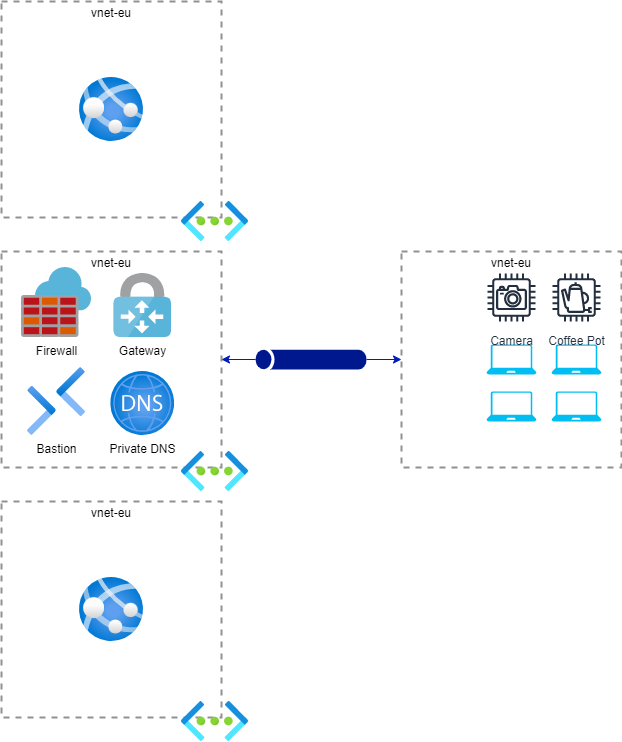
Earlier version of the draw.io export hub-spoke.drawio.png (Lybecker/azure-secure-networking-for-devs). Source tidied: cells renumbered, new cells last; positions are measured from the earlier drawing's top-left corner, leaving out a move shared by most shapes. Source of this version:
```xml
<mxGraphModel background="#FFFFFF">
  <root>
    <mxCell id="0" />
    <mxCell id="1" parent="0" />
    <mxCell id="2" value="vnet-eu" style="fontStyle=0;verticalAlign=top;align=center;spacingTop=-2;fillColor=none;rounded=0;whiteSpace=wrap;html=1;strokeColor=#919191;strokeWidth=2;dashed=1;" parent="1" vertex="1">
      <mxGeometry y="250" width="220" height="216" as="geometry" />
    </mxCell>
    <mxCell id="3" value="Bastion" style="html=1;align=center;image;fontSize=12;image=img/lib/azure2/networking/Bastions.svg;labelBackgroundColor=none;fontColor=#000000;" parent="2" vertex="1">
      <mxGeometry x="26" y="116" width="58" height="68" as="geometry" />
    </mxCell>
    <mxCell id="4" value="Private DNS" style="html=1;align=center;image;fontSize=12;image=img/lib/azure2/networking/DNS_Zones.svg;labelBackgroundColor=none;fontColor=#000000;" parent="2" vertex="1">
      <mxGeometry x="109.2" y="120" width="64" height="64" as="geometry" />
    </mxCell>
    <mxCell id="5" value="Firewall" style="sketch=0;html=1;align=center;image;fontSize=12;image=img/lib/mscae/Azure_Firewall.svg;labelBackgroundColor=none;fontColor=#000000;" parent="2" vertex="1">
      <mxGeometry x="20" y="16" width="70" height="70" as="geometry" />
    </mxCell>
    <mxCell id="6" value="Gateway" style="sketch=0;html=1;align=center;image;fontSize=12;image=img/lib/mscae/VPN_Gateway.svg;labelBackgroundColor=none;fontColor=#000000;" parent="2" vertex="1">
      <mxGeometry x="112.4" y="22" width="57.6" height="64" as="geometry" />
    </mxCell>
    <mxCell id="7" style="edgeStyle=none;html=1;entryX=1;entryY=0.5;entryDx=0;entryDy=0;fontColor=none;fillColor=#0050ef;strokeColor=#001DBC;" parent="1" edge="1" source="9" target="2">
      <mxGeometry relative="1" as="geometry" />
    </mxCell>
    <mxCell id="8" style="edgeStyle=none;html=1;entryX=0;entryY=0.5;entryDx=0;entryDy=0;fontColor=none;spacing=2;fontSize=11;fillColor=#0050ef;strokeColor=#001DBC;" parent="1" edge="1" source="9" target="17">
      <mxGeometry relative="1" as="geometry" />
    </mxCell>
    <mxCell id="9" style="sketch=0;shadow=0;dashed=0;html=1;strokeColor=none;labelPosition=center;verticalLabelPosition=bottom;verticalAlign=top;align=center;fillColor=#00188D;shape=mxgraph.mscae.general.tunnel;" parent="1" vertex="1">
      <mxGeometry x="254" y="348" width="111.1" height="20" as="geometry" />
    </mxCell>
    <mxCell id="10" value="VNET-EU" style="html=1;align=center;image;fontSize=12;image=img/lib/azure2/networking/Virtual_Networks.svg;fontColor=none;noLabel=1;labelBackgroundColor=none;" parent="1" vertex="1">
      <mxGeometry x="180" y="450" width="67" height="40" as="geometry" />
    </mxCell>
    <mxCell id="11" value="vnet-eu" style="fontStyle=0;verticalAlign=top;align=center;spacingTop=-2;fillColor=none;rounded=0;whiteSpace=wrap;html=1;strokeColor=#919191;strokeWidth=2;dashed=1;" parent="1" vertex="1">
      <mxGeometry y="500" width="220" height="216" as="geometry" />
    </mxCell>
    <mxCell id="12" value="app-hr-eu" style="html=1;align=center;image;fontSize=12;image=img/lib/azure2/compute/App_Services.svg;fontColor=none;noLabel=1;labelBackgroundColor=none;" parent="11" vertex="1">
      <mxGeometry x="78" y="76" width="64" height="64" as="geometry" />
    </mxCell>
    <mxCell id="13" value="VNET-EU" style="html=1;align=center;image;fontSize=12;image=img/lib/azure2/networking/Virtual_Networks.svg;fontColor=none;noLabel=1;labelBackgroundColor=none;" parent="1" vertex="1">
      <mxGeometry x="180" y="700" width="67" height="40" as="geometry" />
    </mxCell>
    <mxCell id="14" value="vnet-eu" style="fontStyle=0;verticalAlign=top;align=center;spacingTop=-2;fillColor=none;rounded=0;whiteSpace=wrap;html=1;strokeColor=#919191;strokeWidth=2;dashed=1;" parent="1" vertex="1">
      <mxGeometry width="220" height="216" as="geometry" />
    </mxCell>
    <mxCell id="15" value="app-hr-eu" style="html=1;align=center;image;fontSize=12;image=img/lib/azure2/compute/App_Services.svg;fontColor=none;noLabel=1;labelBackgroundColor=none;" parent="14" vertex="1">
      <mxGeometry x="78" y="76" width="64" height="64" as="geometry" />
    </mxCell>
    <mxCell id="16" value="VNET-EU" style="html=1;align=center;image;fontSize=12;image=img/lib/azure2/networking/Virtual_Networks.svg;fontColor=none;noLabel=1;labelBackgroundColor=none;" parent="1" vertex="1">
      <mxGeometry x="180" y="200" width="67" height="40" as="geometry" />
    </mxCell>
    <mxCell id="17" value="vnet-eu" style="fontStyle=0;verticalAlign=top;align=center;spacingTop=-2;fillColor=none;rounded=0;whiteSpace=wrap;html=1;strokeColor=#919191;strokeWidth=2;dashed=1;" parent="1" vertex="1">
      <mxGeometry x="400" y="250" width="220" height="216" as="geometry" />
    </mxCell>
    <mxCell id="18" style="verticalLabelPosition=bottom;html=1;verticalAlign=top;align=center;strokeColor=none;fillColor=#00BEF2;shape=mxgraph.azure.laptop;labelBackgroundColor=none;fontSize=11;fontColor=none;" parent="17" vertex="1">
      <mxGeometry x="85" y="93" width="50" height="30" as="geometry" />
    </mxCell>
    <mxCell id="19" style="verticalLabelPosition=bottom;html=1;verticalAlign=top;align=center;strokeColor=none;fillColor=#00BEF2;shape=mxgraph.azure.laptop;labelBackgroundColor=none;fontSize=11;fontColor=none;" parent="17" vertex="1">
      <mxGeometry x="150" y="93" width="50" height="30" as="geometry" />
    </mxCell>
    <mxCell id="20" style="verticalLabelPosition=bottom;html=1;verticalAlign=top;align=center;strokeColor=none;fillColor=#00BEF2;shape=mxgraph.azure.laptop;labelBackgroundColor=none;fontSize=11;fontColor=none;" parent="17" vertex="1">
      <mxGeometry x="85" y="140" width="50" height="30" as="geometry" />
    </mxCell>
    <mxCell id="21" style="verticalLabelPosition=bottom;html=1;verticalAlign=top;align=center;strokeColor=none;fillColor=#00BEF2;shape=mxgraph.azure.laptop;labelBackgroundColor=none;fontSize=11;fontColor=none;" parent="17" vertex="1">
      <mxGeometry x="150" y="140" width="50" height="30" as="geometry" />
    </mxCell>
    <mxCell id="22" value="Coffee Pot" style="sketch=0;fontColor=#232F3E;gradientColor=none;strokeColor=#232F3E;fillColor=#ffffff;dashed=0;verticalLabelPosition=bottom;verticalAlign=top;align=center;html=1;fontSize=12;fontStyle=0;shape=mxgraph.aws4.resourceIcon;resIcon=mxgraph.aws4.coffee_pot;labelBackgroundColor=none;" parent="17" vertex="1">
      <mxGeometry x="145" y="16" width="60" height="60" as="geometry" />
    </mxCell>
    <mxCell id="23" value="Camera" style="sketch=0;fontColor=#232F3E;gradientColor=none;strokeColor=#232F3E;fillColor=#ffffff;dashed=0;verticalLabelPosition=bottom;verticalAlign=top;align=center;html=1;fontSize=12;fontStyle=0;shape=mxgraph.aws4.resourceIcon;resIcon=mxgraph.aws4.camera;labelBackgroundColor=none;" parent="17" vertex="1">
      <mxGeometry x="80" y="16" width="60" height="60" as="geometry" />
    </mxCell>
  </root>
</mxGraphModel>
```
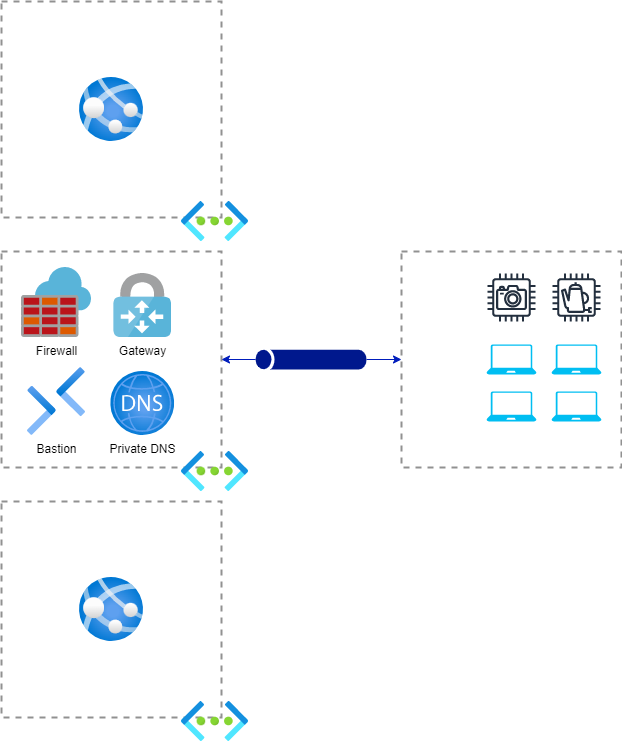
Later version of the same file.

Commit message:
remove vnet names

The edit, as a diff of the source:
```diff
@@ -2,7 +2,7 @@
   <root>
     <mxCell id="0" />
     <mxCell id="1" parent="0" />
-    <mxCell id="2" value="vnet-eu" style="fontStyle=0;verticalAlign=top;align=center;spacingTop=-2;fillColor=none;rounded=0;whiteSpace=wrap;html=1;strokeColor=#919191;strokeWidth=2;dashed=1;" parent="1" vertex="1">
+    <mxCell id="2" style="fontStyle=0;verticalAlign=top;align=center;spacingTop=-2;fillColor=none;rounded=0;whiteSpace=wrap;html=1;strokeColor=#919191;strokeWidth=2;dashed=1;" parent="1" vertex="1">
       <mxGeometry y="250" width="220" height="216" as="geometry" />
     </mxCell>
     <mxCell id="3" value="Bastion" style="html=1;align=center;image;fontSize=12;image=img/lib/azure2/networking/Bastions.svg;labelBackgroundColor=none;fontColor=#000000;" parent="2" vertex="1">
@@ -29,7 +29,7 @@
     <mxCell id="10" value="VNET-EU" style="html=1;align=center;image;fontSize=12;image=img/lib/azure2/networking/Virtual_Networks.svg;fontColor=none;noLabel=1;labelBackgroundColor=none;" parent="1" vertex="1">
       <mxGeometry x="180" y="450" width="67" height="40" as="geometry" />
     </mxCell>
-    <mxCell id="11" value="vnet-eu" style="fontStyle=0;verticalAlign=top;align=center;spacingTop=-2;fillColor=none;rounded=0;whiteSpace=wrap;html=1;strokeColor=#919191;strokeWidth=2;dashed=1;" parent="1" vertex="1">
+    <mxCell id="11" style="fontStyle=0;verticalAlign=top;align=center;spacingTop=-2;fillColor=none;rounded=0;whiteSpace=wrap;html=1;strokeColor=#919191;strokeWidth=2;dashed=1;" parent="1" vertex="1">
       <mxGeometry y="500" width="220" height="216" as="geometry" />
     </mxCell>
     <mxCell id="12" value="app-hr-eu" style="html=1;align=center;image;fontSize=12;image=img/lib/azure2/compute/App_Services.svg;fontColor=none;noLabel=1;labelBackgroundColor=none;" parent="11" vertex="1">
@@ -38,7 +38,7 @@
     <mxCell id="13" value="VNET-EU" style="html=1;align=center;image;fontSize=12;image=img/lib/azure2/networking/Virtual_Networks.svg;fontColor=none;noLabel=1;labelBackgroundColor=none;" parent="1" vertex="1">
       <mxGeometry x="180" y="700" width="67" height="40" as="geometry" />
     </mxCell>
-    <mxCell id="14" value="vnet-eu" style="fontStyle=0;verticalAlign=top;align=center;spacingTop=-2;fillColor=none;rounded=0;whiteSpace=wrap;html=1;strokeColor=#919191;strokeWidth=2;dashed=1;" parent="1" vertex="1">
+    <mxCell id="14" style="fontStyle=0;verticalAlign=top;align=center;spacingTop=-2;fillColor=none;rounded=0;whiteSpace=wrap;html=1;strokeColor=#919191;strokeWidth=2;dashed=1;" parent="1" vertex="1">
       <mxGeometry width="220" height="216" as="geometry" />
     </mxCell>
     <mxCell id="15" value="app-hr-eu" style="html=1;align=center;image;fontSize=12;image=img/lib/azure2/compute/App_Services.svg;fontColor=none;noLabel=1;labelBackgroundColor=none;" parent="14" vertex="1">
@@ -47,7 +47,7 @@
     <mxCell id="16" value="VNET-EU" style="html=1;align=center;image;fontSize=12;image=img/lib/azure2/networking/Virtual_Networks.svg;fontColor=none;noLabel=1;labelBackgroundColor=none;" parent="1" vertex="1">
       <mxGeometry x="180" y="200" width="67" height="40" as="geometry" />
     </mxCell>
-    <mxCell id="17" value="vnet-eu" style="fontStyle=0;verticalAlign=top;align=center;spacingTop=-2;fillColor=none;rounded=0;whiteSpace=wrap;html=1;strokeColor=#919191;strokeWidth=2;dashed=1;" parent="1" vertex="1">
+    <mxCell id="17" style="fontStyle=0;verticalAlign=top;align=center;spacingTop=-2;fillColor=none;rounded=0;whiteSpace=wrap;html=1;strokeColor=#919191;strokeWidth=2;dashed=1;" parent="1" vertex="1">
       <mxGeometry x="400" y="250" width="220" height="216" as="geometry" />
     </mxCell>
     <mxCell id="18" style="verticalLabelPosition=bottom;html=1;verticalAlign=top;align=center;strokeColor=none;fillColor=#00BEF2;shape=mxgraph.azure.laptop;labelBackgroundColor=none;fontSize=11;fontColor=none;" parent="17" vertex="1">
@@ -62,10 +62,10 @@
     <mxCell id="21" style="verticalLabelPosition=bottom;html=1;verticalAlign=top;align=center;strokeColor=none;fillColor=#00BEF2;shape=mxgraph.azure.laptop;labelBackgroundColor=none;fontSize=11;fontColor=none;" parent="17" vertex="1">
       <mxGeometry x="150" y="140" width="50" height="30" as="geometry" />
     </mxCell>
-    <mxCell id="22" value="Coffee Pot" style="sketch=0;fontColor=#232F3E;gradientColor=none;strokeColor=#232F3E;fillColor=#ffffff;dashed=0;verticalLabelPosition=bottom;verticalAlign=top;align=center;html=1;fontSize=12;fontStyle=0;shape=mxgraph.aws4.resourceIcon;resIcon=mxgraph.aws4.coffee_pot;labelBackgroundColor=none;" parent="17" vertex="1">
+    <mxCell id="22" style="sketch=0;fontColor=#232F3E;gradientColor=none;strokeColor=#232F3E;fillColor=#ffffff;dashed=0;verticalLabelPosition=bottom;verticalAlign=top;align=center;html=1;fontSize=12;fontStyle=0;shape=mxgraph.aws4.resourceIcon;resIcon=mxgraph.aws4.coffee_pot;labelBackgroundColor=none;" parent="17" vertex="1">
       <mxGeometry x="145" y="16" width="60" height="60" as="geometry" />
     </mxCell>
-    <mxCell id="23" value="Camera" style="sketch=0;fontColor=#232F3E;gradientColor=none;strokeColor=#232F3E;fillColor=#ffffff;dashed=0;verticalLabelPosition=bottom;verticalAlign=top;align=center;html=1;fontSize=12;fontStyle=0;shape=mxgraph.aws4.resourceIcon;resIcon=mxgraph.aws4.camera;labelBackgroundColor=none;" parent="17" vertex="1">
+    <mxCell id="23" style="sketch=0;fontColor=#232F3E;gradientColor=none;strokeColor=#232F3E;fillColor=#ffffff;dashed=0;verticalLabelPosition=bottom;verticalAlign=top;align=center;html=1;fontSize=12;fontStyle=0;shape=mxgraph.aws4.resourceIcon;resIcon=mxgraph.aws4.camera;labelBackgroundColor=none;" parent="17" vertex="1">
       <mxGeometry x="80" y="16" width="60" height="60" as="geometry" />
     </mxCell>
   </root>
```
